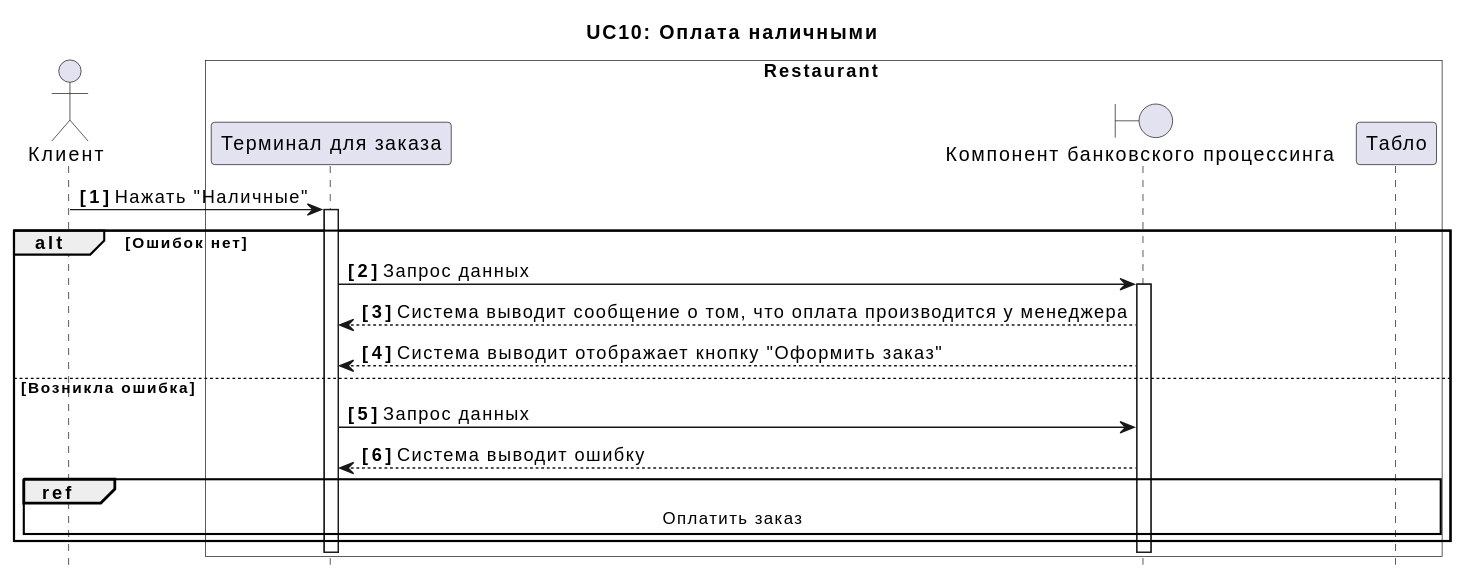
The PlantUML diagram docs/diagrams/include/UC10.svg in xxx996/OTUS_Restaraunt, before a commit.
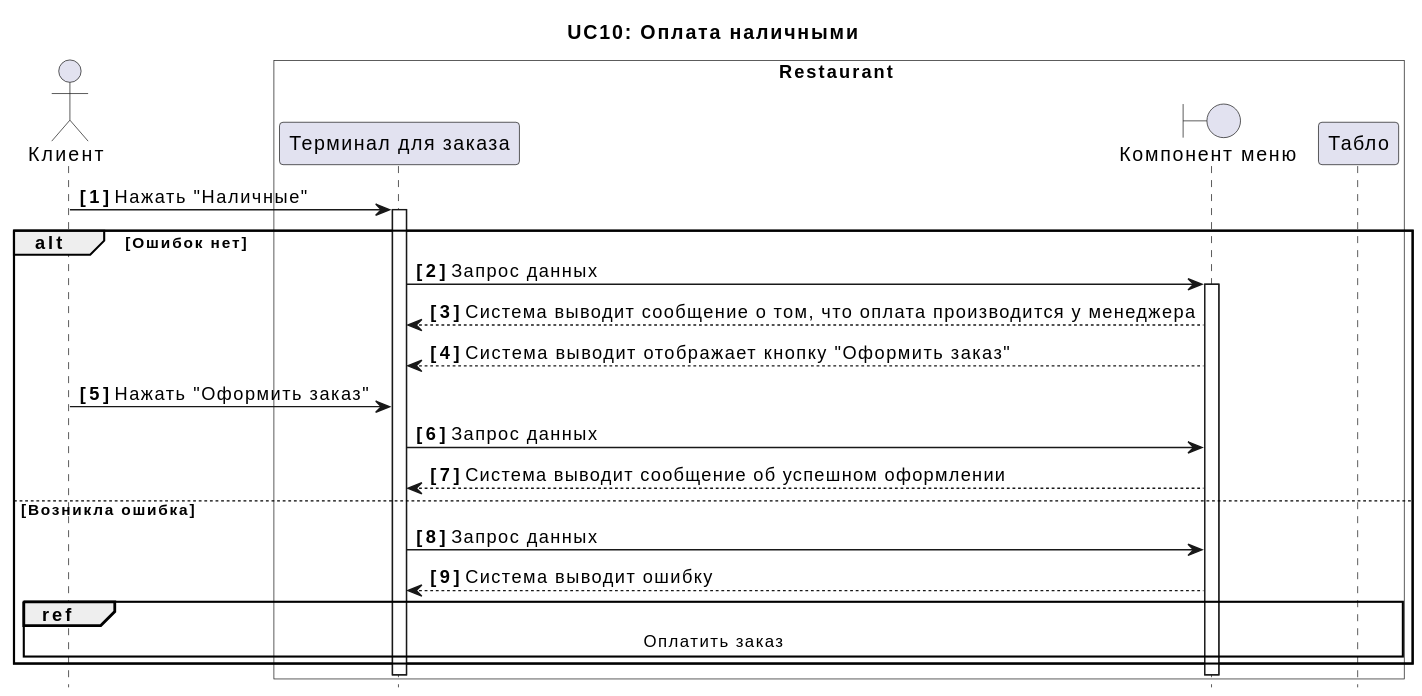
The same diagram one commit later.

The edit, as a diff of the source:
```diff
@@ -4,7 +4,7 @@
 title UС10: Оплата наличными
 box Restaurant #Transparent
 participant  "Терминал для заказа" as A
-boundary "Компонент банковского процессинга" as B
+boundary "Компонент меню" as B
 participant "Табло" as D
 
 end box
@@ -17,6 +17,9 @@
 A -> B++:  Запрос данных
 B --> A:  Система выводит сообщение о том, что оплата производится у менеджера
 B --> A:  Система выводит отображает кнопку "Оформить заказ"
+C -> A:  Нажать "Оформить заказ"
+A -> B:  Запрос данных
+B --> A:  Система выводит сообщение об успешном оформлении
 
 else Возникла ошибка
 
```
